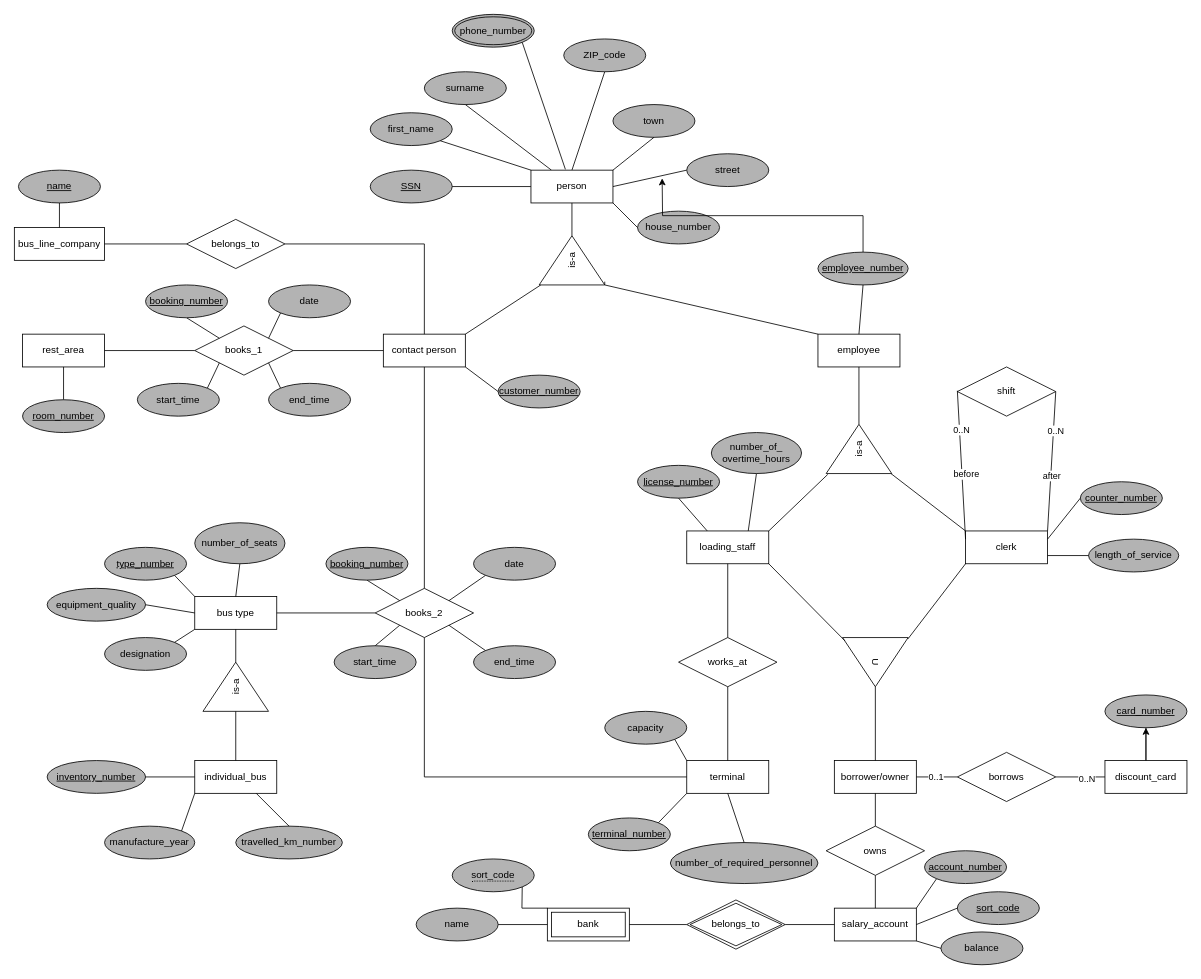
Above: ERM project_group 5.drawio in Martinaeht/DBS-Projektgruppe-5_ERM (draw.io), before the change. Source tidied: cells renumbered, new cells numbered last; positions are measured from the earlier drawing's top-left corner, leaving out a move shared by most shapes. Both pictures are drawn from the tidied source at 82%, with x=0, y=0 at pixel (14, 14).
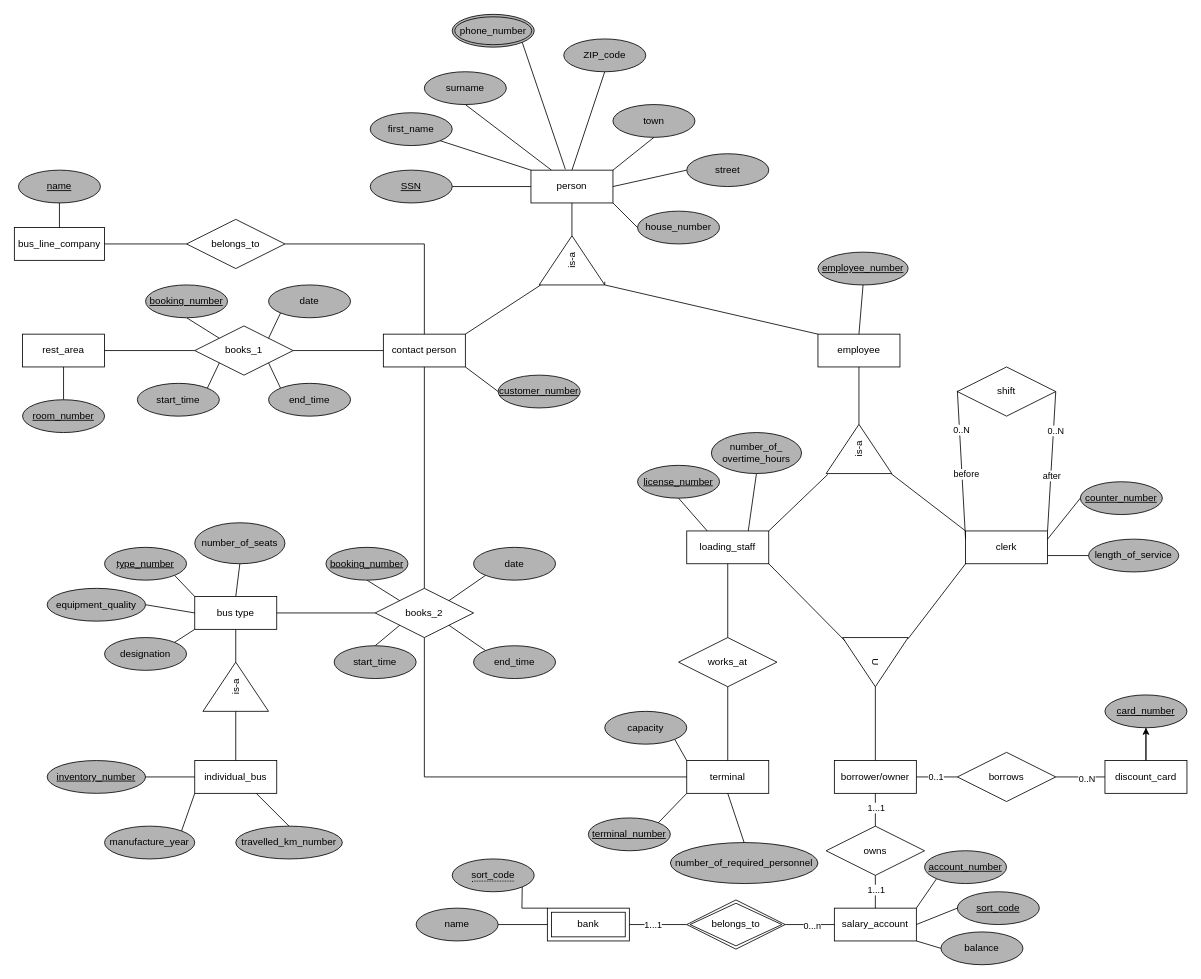
The same page after the edit.

Unchanged cells that the change refers to:
```xml
<mxCell id="86" value="employee_number" style="ellipse;whiteSpace=wrap;html=1;align=center;fontStyle=4;fillColor=#B3B3B3;" parent="1" vertex="1">
  <mxGeometry x="980" y="290" width="110" height="40" as="geometry" />
</mxCell>
<mxCell id="128" style="endArrow=none;html=1;rounded=0;exitX=0.5;exitY=1;exitDx=0;exitDy=0;entryX=0.5;entryY=0;entryDx=0;entryDy=0;" parent="1" edge="1" source="111" target="124">
  <mxGeometry relative="1" as="geometry" />
</mxCell>
<mxCell id="129" style="endArrow=none;html=1;rounded=0;exitX=0.5;exitY=1;exitDx=0;exitDy=0;entryX=0.5;entryY=0;entryDx=0;entryDy=0;" parent="1" edge="1" source="124" target="125">
  <mxGeometry relative="1" as="geometry" />
</mxCell>
<mxCell id="130" style="endArrow=none;html=1;rounded=0;exitX=1;exitY=0.5;exitDx=0;exitDy=0;entryX=0;entryY=0.5;entryDx=0;entryDy=0;" parent="1" edge="1" source="126" target="125">
  <mxGeometry relative="1" as="geometry" />
</mxCell>
<mxCell id="131" style="endArrow=none;html=1;rounded=0;exitX=1;exitY=0.5;exitDx=0;exitDy=0;entryX=0;entryY=0.5;entryDx=0;entryDy=0;" parent="1" edge="1" source="127" target="126">
  <mxGeometry relative="1" as="geometry" />
</mxCell>
```

What changed in the source:
```diff
@@
-    <mxCell id="85" style="edgeStyle=orthogonalEdgeStyle;rounded=0;jettySize=auto;html=1;exitX=0.5;exitY=0;exitDx=0;exitDy=0;" parent="1" edge="1" source="86">
-      <mxGeometry relative="1" as="geometry">
-        <mxPoint x="790" y="200" as="targetPoint" />
-      </mxGeometry>
-    </mxCell>
@@
+    <mxCell id="145" value="1...1" style="edgeLabel;html=1;align=center;verticalAlign=middle;" parent="128" vertex="1">
+      <mxGeometry x="-0.15" relative="1" as="geometry" />
+    </mxCell>
@@
+    <mxCell id="146" value="1...1" style="edgeLabel;html=1;align=center;verticalAlign=middle;" parent="129" vertex="1">
+      <mxGeometry x="-0.15" relative="1" as="geometry" />
+    </mxCell>
@@
+    <mxCell id="147" value="0...n" style="edgeLabel;html=1;align=center;verticalAlign=middle;" parent="130" vertex="1">
+      <mxGeometry x="0.08" y="-1" relative="1" as="geometry" />
+    </mxCell>
@@
+    <mxCell id="148" value="1...1" style="edgeLabel;html=1;align=center;verticalAlign=middle;" parent="131" vertex="1">
+      <mxGeometry x="-0.19" relative="1" as="geometry" />
+    </mxCell>
```
